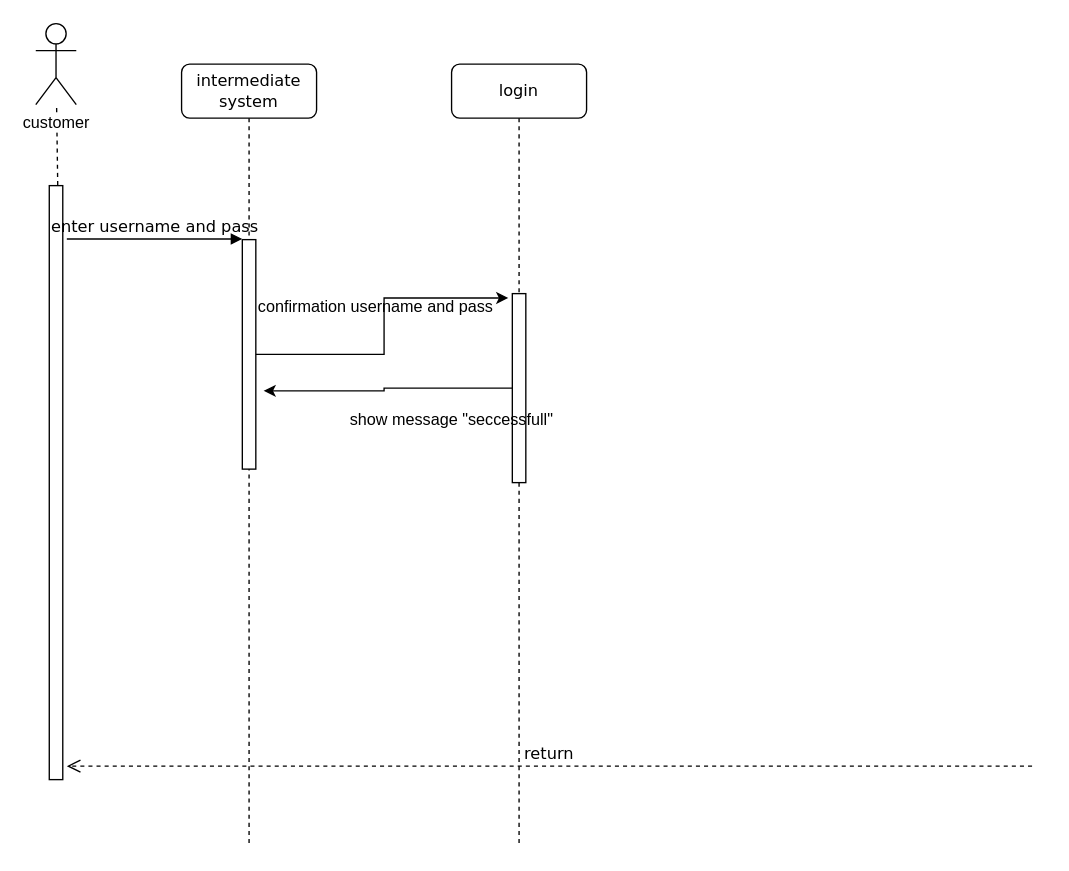
Before: Untitled Diagram.drawio in aenad/iut_foods, a draw.io diagram. Source tidied: cells renumbered, new cells numbered last; positions are measured from the earlier drawing's top-left corner, leaving out a move shared by most shapes. Both pictures are drawn from the tidied source at 135%, with x=0, y=0 at pixel (35, 23).
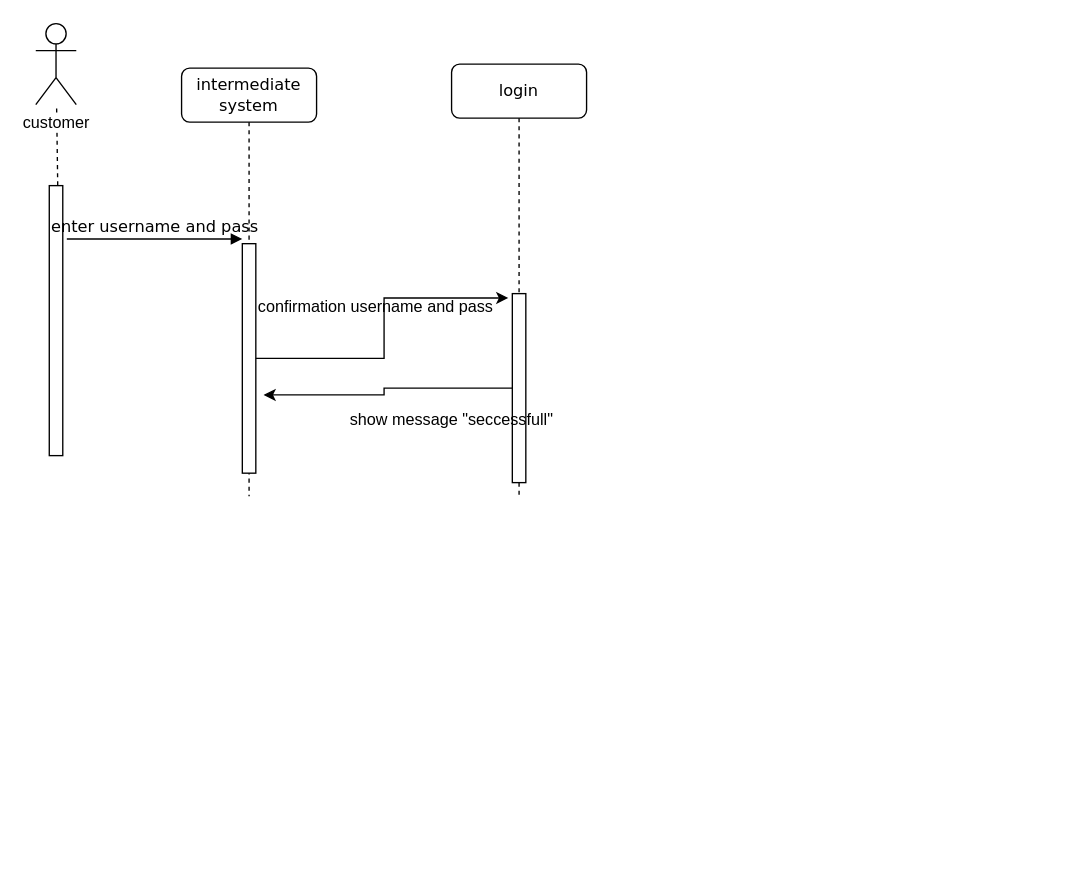
The same diagram, later.

The edit, as a diff of the source:
```diff
@@
 <mxGraphModel background="#ffffff">
   <root>
     <mxCell id="0" />
     <mxCell id="1" parent="0" />
     <mxCell id="2" value="intermediate system" style="shape=umlLifeline;perimeter=lifelinePerimeter;whiteSpace=wrap;html=1;rounded=1;shadow=0;comic=0;labelBackgroundColor=none;strokeColor=#000000;strokeWidth=1;fillColor=#FFFFFF;fontFamily=Verdana;fontSize=12;fontColor=#000000;align=center;" parent="1" vertex="1">
-      <mxGeometry x="108" y="30" width="100" height="580" as="geometry" />
+      <mxGeometry x="108" y="33" width="100" height="317" as="geometry" />
     </mxCell>
     <mxCell id="3" style="html=1;points=[];perimeter=orthogonalPerimeter;rounded=0;shadow=0;comic=0;labelBackgroundColor=none;strokeColor=#000000;strokeWidth=1;fillColor=#FFFFFF;fontFamily=Verdana;fontSize=12;fontColor=#000000;align=center;" parent="2" vertex="1">
       <mxGeometry x="45" y="130" width="10" height="170" as="geometry" />
     </mxCell>
     <mxCell id="4" value="login" style="shape=umlLifeline;perimeter=lifelinePerimeter;whiteSpace=wrap;html=1;rounded=1;shadow=0;comic=0;labelBackgroundColor=none;strokeColor=#000000;strokeWidth=1;fillColor=#FFFFFF;fontFamily=Verdana;fontSize=12;fontColor=#000000;align=center;" parent="1" vertex="1">
-      <mxGeometry x="308" y="30" width="100" height="580" as="geometry" />
+      <mxGeometry x="308" y="30" width="100" height="320" as="geometry" />
     </mxCell>
     <mxCell id="5" style="html=1;points=[];perimeter=orthogonalPerimeter;rounded=0;shadow=0;comic=0;labelBackgroundColor=none;strokeColor=#000000;strokeWidth=1;fillColor=#FFFFFF;fontFamily=Verdana;fontSize=12;fontColor=#000000;align=center;" parent="4" vertex="1">
       <mxGeometry x="45" y="170" width="10" height="140" as="geometry" />
     </mxCell>
-    <mxCell id="6" value="return" style="html=1;verticalAlign=bottom;endArrow=open;dashed=1;endSize=8;labelBackgroundColor=none;fontFamily=Verdana;fontSize=12;edgeStyle=elbowEdgeStyle;elbow=vertical;" parent="1" edge="1">
-      <mxGeometry relative="1" as="geometry">
-        <mxPoint x="738" y="550" as="sourcePoint" />
-        <mxPoint x="23" y="550" as="targetPoint" />
-        <Array as="points">
-          <mxPoint x="438" y="550" />
-        </Array>
-      </mxGeometry>
-    </mxCell>
     <mxCell id="7" style="html=1;points=[];perimeter=orthogonalPerimeter;rounded=0;shadow=0;comic=0;labelBackgroundColor=none;strokeColor=#000000;strokeWidth=1;fillColor=#FFFFFF;fontFamily=Verdana;fontSize=12;fontColor=#000000;align=center;" parent="1" vertex="1">
-      <mxGeometry x="10" y="120" width="10" height="440" as="geometry" />
+      <mxGeometry x="10" y="120" width="10" height="200" as="geometry" />
     </mxCell>
     <mxCell id="8" style="endArrow=none;dashed=1;html=1;exitX=0.626;exitY=-0.001;exitDx=0;exitDy=0;exitPerimeter=0;" parent="1" edge="1" source="7" target="9">
       <mxGeometry relative="1" as="geometry" />
     </mxCell>
     <mxCell id="9" value="customer" style="shape=umlActor;verticalLabelPosition=bottom;labelBackgroundColor=#ffffff;verticalAlign=top;html=1;outlineConnect=0;" parent="1" vertex="1">
       <mxGeometry width="30" height="60" as="geometry" />
     </mxCell>
     <mxCell id="10" value="enter username and pass" style="html=1;verticalAlign=bottom;endArrow=block;labelBackgroundColor=none;fontFamily=Verdana;fontSize=12;edgeStyle=elbowEdgeStyle;elbow=vertical;" parent="1" edge="1">
       <mxGeometry relative="1" as="geometry">
         <mxPoint x="23" y="159.5" as="sourcePoint" />
         <mxPoint x="153" y="159.5" as="targetPoint" />
         <Array as="points">
           <mxPoint x="28" y="159.5" />
         </Array>
       </mxGeometry>
     </mxCell>
     <mxCell id="11" style="edgeStyle=orthogonalEdgeStyle;rounded=0;jettySize=auto;html=1;entryX=-0.299;entryY=0.023;entryDx=0;entryDy=0;entryPerimeter=0;" parent="1" edge="1" source="3" target="5">
       <mxGeometry relative="1" as="geometry" />
     </mxCell>
     <mxCell id="12" value="confirmation username and pass" style="text;html=1;align=left;verticalAlign=top;spacingTop=-4;" parent="1" vertex="1">
       <mxGeometry x="163" y="200" width="190" height="20" as="geometry" />
     </mxCell>
     <mxCell id="13" style="edgeStyle=orthogonalEdgeStyle;rounded=0;jettySize=auto;html=1;entryX=1.576;entryY=0.659;entryDx=0;entryDy=0;entryPerimeter=0;" parent="1" edge="1" source="5" target="3">
       <mxGeometry relative="1" as="geometry" />
     </mxCell>
     <mxCell id="14" value="show message &quot;seccessfull&quot;" style="text;html=1;align=left;verticalAlign=top;spacingTop=-4;" parent="1" vertex="1">
       <mxGeometry x="231" y="284" width="170" height="20" as="geometry" />
     </mxCell>
   </root>
 </mxGraphModel>
```
